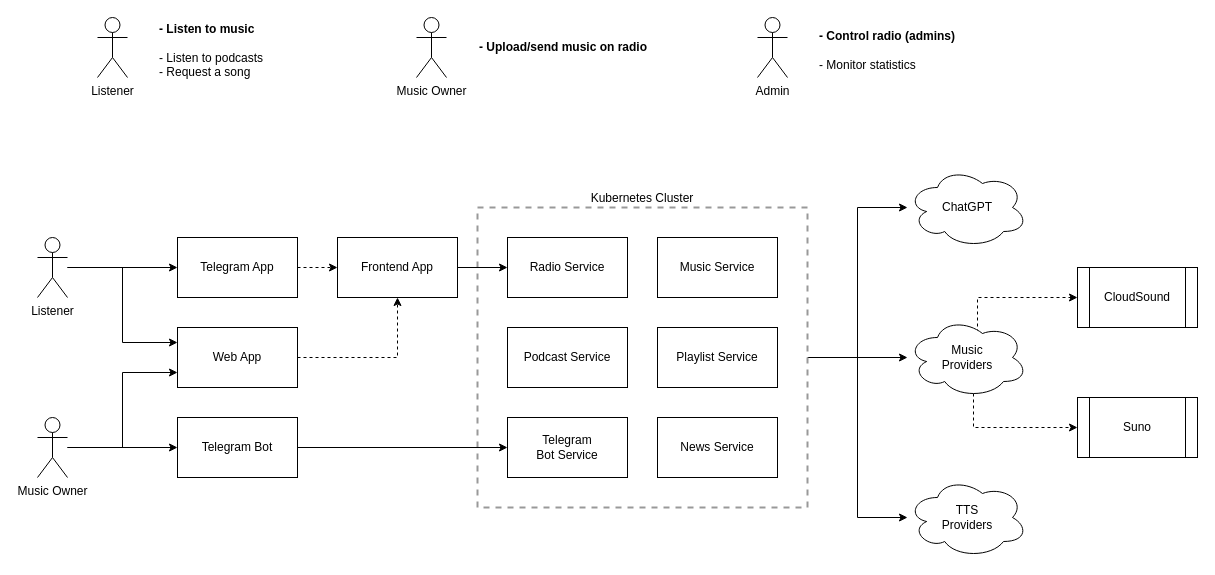
Earlier version of the draw.io diagram arch.drawio (DraXu3/next_station). Source tidied: cells renumbered, new cells numbered last; positions are measured from the earlier drawing's top-left corner, leaving out a move shared by most shapes. Both pictures are drawn from the tidied source at 100%, with x=0, y=0 at pixel (37, 17).
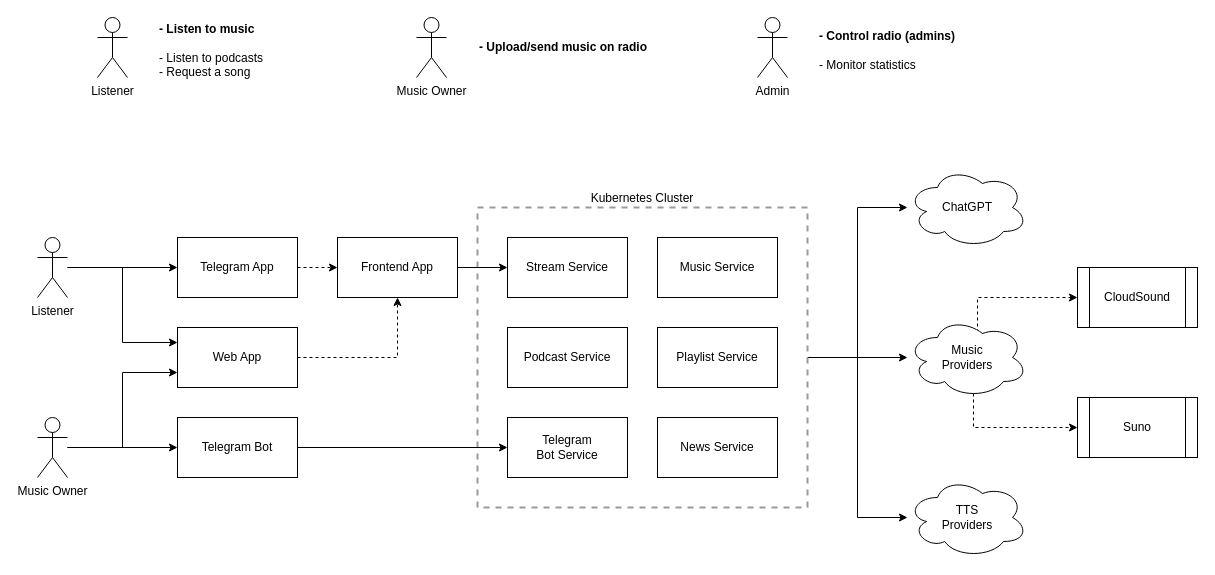
The same page after the edit.

The edit, as a diff of the source:
```diff
@@
-    <mxCell id="6" value="Radio Service" style="rounded=0;whiteSpace=wrap;html=1;" parent="1" vertex="1">
+    <mxCell id="6" value="Stream Service" style="rounded=0;whiteSpace=wrap;html=1;" parent="1" vertex="1">
       <mxGeometry x="470" y="220" width="120" height="60" as="geometry" />
     </mxCell>
```
